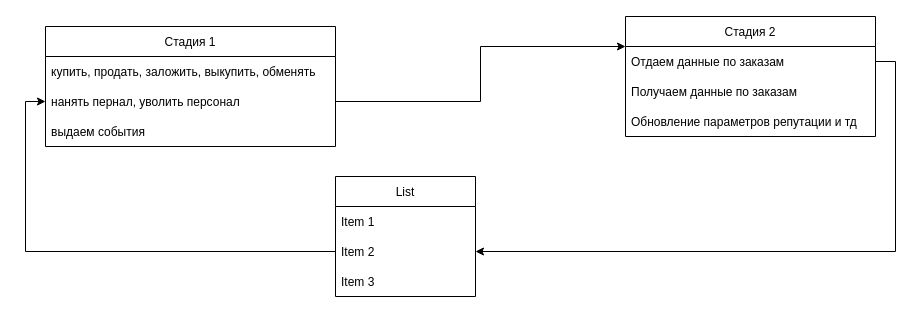
The draw.io diagram page "Page-3" (5 of 5) of classes.drawio in korshunovamm/InnPrac, before the edit. Source tidied: cells renumbered, new cells numbered last; positions are measured from the earlier drawing's top-left corner, leaving out a move shared by most shapes. Both pictures are drawn from the tidied source at 100%, with x=0, y=0 at pixel (45, 16).
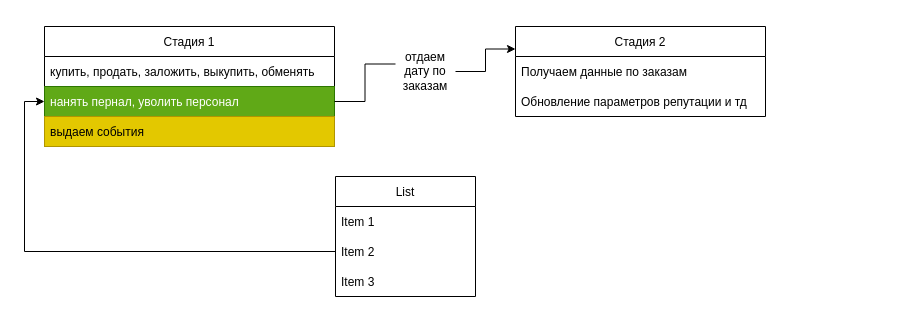
Above is the later version.

Diff of the diagram source:
```diff
@@
 <mxGraphModel>
   <root>
     <mxCell id="0" />
     <mxCell id="1" parent="0" />
     <mxCell id="2" value="Стадия 1" style="swimlane;fontStyle=0;horizontal=1;startSize=30;" parent="1" vertex="1">
-      <mxGeometry y="10" width="290" height="120" as="geometry" />
+      <mxGeometry x="-1" y="10" width="290" height="120" as="geometry" />
     </mxCell>
     <mxCell id="3" value="купить, продать, заложить, выкупить, обменять" style="text;strokeColor=none;fillColor=none;align=left;verticalAlign=middle;spacingLeft=4;spacingRight=4;overflow=hidden;" parent="2" vertex="1">
       <mxGeometry y="30" width="290" height="30" as="geometry" />
     </mxCell>
-    <mxCell id="4" value="нанять пернал, уволить персонал" style="text;strokeColor=none;fillColor=none;align=left;verticalAlign=middle;spacingLeft=4;spacingRight=4;overflow=hidden;points=[[0,0.5],[1,0.5]];portConstraint=eastwest;" parent="2" vertex="1">
+    <mxCell id="4" value="нанять пернал, уволить персонал" style="text;strokeColor=#2D7600;fillColor=#60a917;align=left;verticalAlign=middle;spacingLeft=4;spacingRight=4;overflow=hidden;points=[[0,0.5],[1,0.5]];portConstraint=eastwest;fontColor=#ffffff;" parent="2" vertex="1">
       <mxGeometry y="60" width="290" height="30" as="geometry" />
     </mxCell>
-    <mxCell id="5" value="выдаем события" style="text;strokeColor=none;fillColor=none;align=left;verticalAlign=middle;spacingLeft=4;spacingRight=4;overflow=hidden;" parent="2" vertex="1">
+    <mxCell id="5" value="выдаем события" style="text;strokeColor=#B09500;fillColor=#e3c800;align=left;verticalAlign=middle;spacingLeft=4;spacingRight=4;overflow=hidden;fontColor=#000000;" parent="2" vertex="1">
       <mxGeometry y="90" width="290" height="30" as="geometry" />
     </mxCell>
     <mxCell id="6" value="Стадия 2" style="swimlane;fontStyle=0;horizontal=1;startSize=30;" parent="1" vertex="1">
-      <mxGeometry x="580" width="250" height="120" as="geometry" />
+      <mxGeometry x="470" y="10" width="250" height="90" as="geometry" />
     </mxCell>
-    <mxCell id="7" value="Отдаем данные по заказам" style="text;strokeColor=none;fillColor=none;align=left;verticalAlign=middle;spacingLeft=4;spacingRight=4;overflow=hidden;points=[[0,0.5],[1,0.5]];portConstraint=eastwest;" parent="6" vertex="1">
-      <mxGeometry y="30" width="250" height="30" as="geometry" />
-    </mxCell>
     <mxCell id="8" value="Получаем данные по заказам" style="text;strokeColor=none;fillColor=none;align=left;verticalAlign=middle;spacingLeft=4;spacingRight=4;overflow=hidden;" parent="6" vertex="1">
-      <mxGeometry y="60" width="250" height="30" as="geometry" />
+      <mxGeometry y="30" width="250" height="30" as="geometry" />
     </mxCell>
     <mxCell id="9" value="Обновление параметров репутации и тд" style="text;strokeColor=none;fillColor=none;align=left;verticalAlign=middle;spacingLeft=4;spacingRight=4;overflow=hidden;" parent="6" vertex="1">
-      <mxGeometry y="90" width="250" height="30" as="geometry" />
+      <mxGeometry y="60" width="250" height="30" as="geometry" />
     </mxCell>
-    <mxCell id="10" style="edgeStyle=orthogonalEdgeStyle;rounded=0;jettySize=auto;html=1;exitX=1;exitY=0.5;exitDx=0;exitDy=0;entryX=0;entryY=0.25;entryDx=0;entryDy=0;" parent="1" edge="1" source="4" target="6">
+    <mxCell id="10" style="edgeStyle=orthogonalEdgeStyle;rounded=0;jettySize=auto;html=1;exitX=1;exitY=0.5;exitDx=0;exitDy=0;entryX=0;entryY=0.25;entryDx=0;entryDy=0;startArrow=none;" parent="1" edge="1" source="17" target="6">
       <mxGeometry relative="1" as="geometry" />
     </mxCell>
     <mxCell id="11" value="List" style="swimlane;fontStyle=0;horizontal=1;startSize=30;" parent="1" vertex="1">
       <mxGeometry x="290" y="160" width="140" height="120" as="geometry" />
     </mxCell>
     <mxCell id="12" value="Item 1" style="text;strokeColor=none;fillColor=none;align=left;verticalAlign=middle;spacingLeft=4;spacingRight=4;overflow=hidden;" parent="11" vertex="1">
       <mxGeometry y="30" width="140" height="30" as="geometry" />
     </mxCell>
     <mxCell id="13" value="Item 2" style="text;strokeColor=none;fillColor=none;align=left;verticalAlign=middle;spacingLeft=4;spacingRight=4;overflow=hidden;points=[[0,0.5],[1,0.5]];portConstraint=eastwest;" parent="11" vertex="1">
       <mxGeometry y="60" width="140" height="30" as="geometry" />
     </mxCell>
     <mxCell id="14" value="Item 3" style="text;strokeColor=none;fillColor=none;align=left;verticalAlign=middle;spacingLeft=4;spacingRight=4;overflow=hidden;" parent="11" vertex="1">
       <mxGeometry y="90" width="140" height="30" as="geometry" />
     </mxCell>
-    <mxCell id="15" style="edgeStyle=orthogonalEdgeStyle;rounded=0;jettySize=auto;html=1;exitX=1;exitY=0.5;exitDx=0;exitDy=0;entryX=1;entryY=0.5;entryDx=0;entryDy=0;" parent="1" edge="1" source="7" target="13">
-      <mxGeometry relative="1" as="geometry" />
-    </mxCell>
     <mxCell id="16" style="edgeStyle=orthogonalEdgeStyle;rounded=0;jettySize=auto;html=1;exitX=0;exitY=0.5;exitDx=0;exitDy=0;entryX=0;entryY=0.5;entryDx=0;entryDy=0;" parent="1" edge="1" source="13" target="4">
-      <mxGeometry relative="1" as="geometry" />
+      <mxGeometry relative="1" as="geometry">
+        <Array as="points">
+          <mxPoint x="-21" y="235" />
+          <mxPoint x="-21" y="85" />
+        </Array>
+      </mxGeometry>
     </mxCell>
+    <mxCell id="17" value="отдаем дату по заказам" style="text;html=1;strokeColor=none;fillColor=none;align=center;verticalAlign=middle;whiteSpace=wrap;rounded=0;" parent="1" vertex="1">
+      <mxGeometry x="350" y="40" width="60" height="30" as="geometry" />
+    </mxCell>
+    <mxCell id="18" style="edgeStyle=orthogonalEdgeStyle;rounded=0;jettySize=auto;html=1;exitX=1;exitY=0.5;exitDx=0;exitDy=0;entryX=0;entryY=0.25;entryDx=0;entryDy=0;endArrow=none;" parent="1" edge="1" source="4" target="17">
+      <mxGeometry relative="1" as="geometry" />
+    </mxCell>
   </root>
 </mxGraphModel>
```
